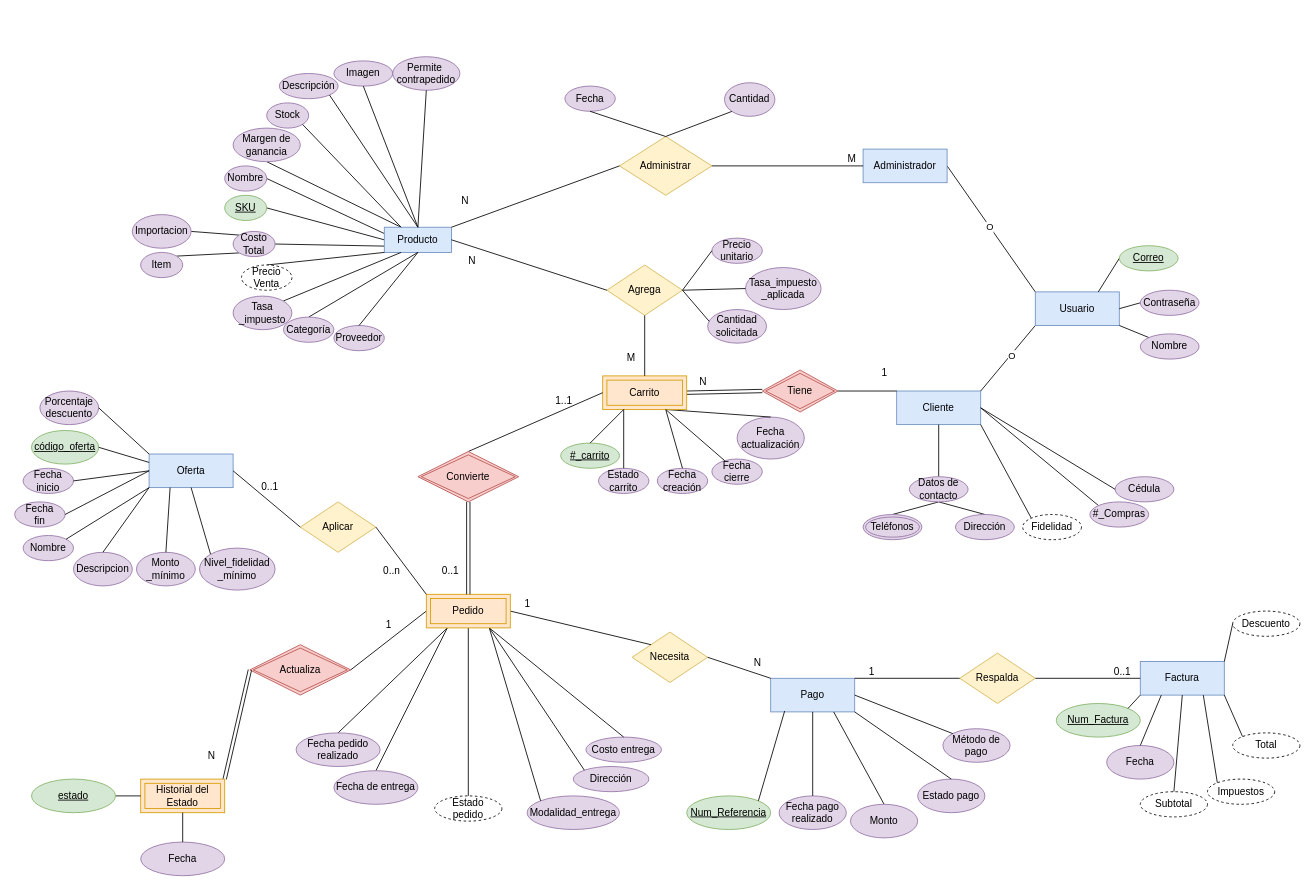
Before: page "EER 21CoPilots" (1 of 2) of documentos/diseño/EER 21 CoPilots.drawio.xml in juanselospi/21CoPilots_PIBasesIngesoft, a draw.io diagram. Source tidied: cells renumbered, new cells numbered last; positions are measured from the earlier drawing's top-left corner, leaving out a move shared by most shapes. Both pictures are drawn from the tidied source at 84%, with x=0, y=0 at pixel (14, 56).
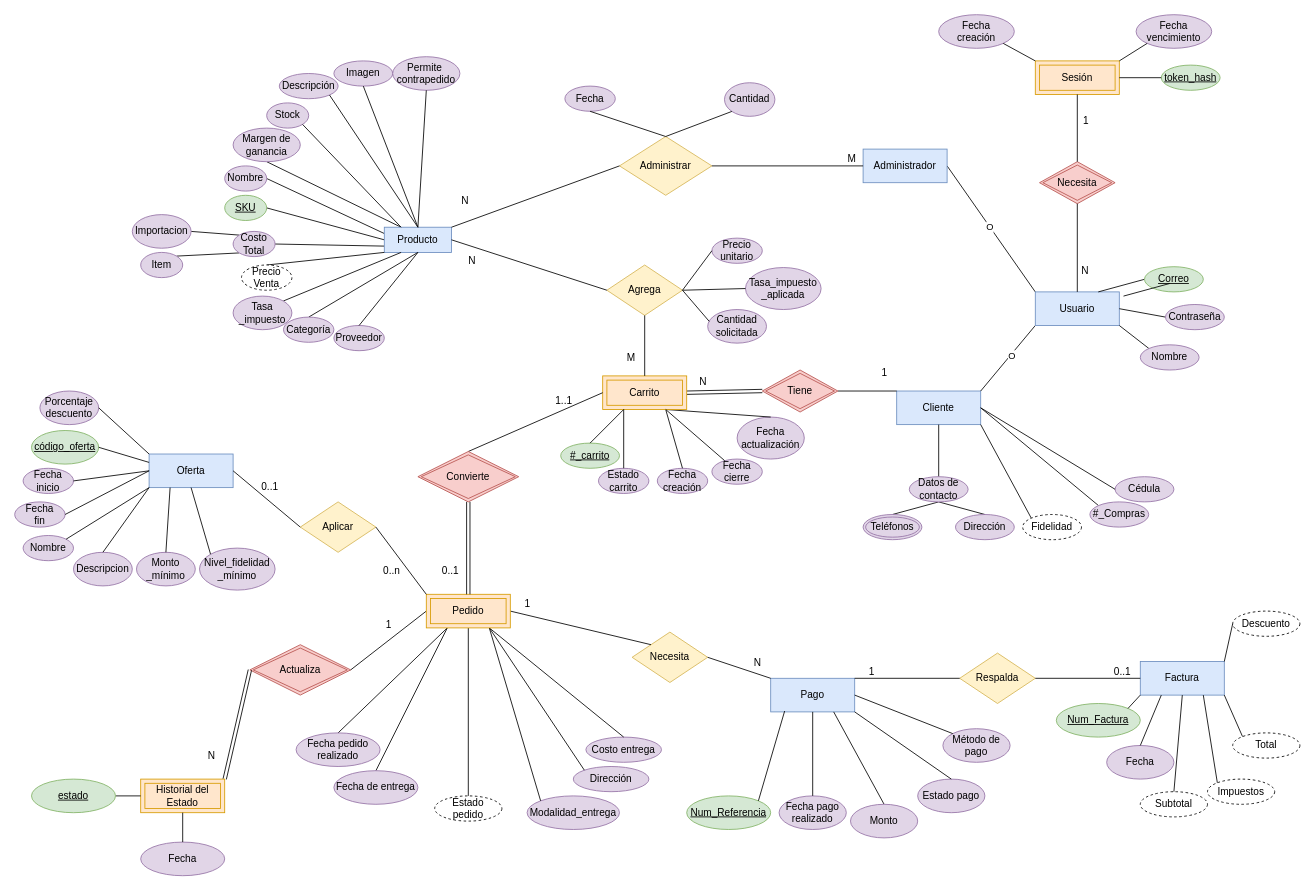
The same diagram, later.

Unchanged cells that the change refers to:
```xml
<mxCell id="39" value="Usuario" style="whiteSpace=wrap;html=1;align=center;fillColor=#dae8fc;strokeColor=#6c8ebf;rounded=0;" parent="1" vertex="1">
  <mxGeometry x="1215" y="280" width="100" height="40" as="geometry" />
</mxCell>
<mxCell id="69" style="endArrow=none;html=1;rounded=0;exitX=1;exitY=0.5;exitDx=0;exitDy=0;entryX=0;entryY=0;entryDx=0;entryDy=0;" parent="1" edge="1" source="109" target="18">
  <mxGeometry relative="1" as="geometry" />
</mxCell>
```

The edit, as a diff of the source:
```diff
@@
     <mxCell id="42" value="&lt;u&gt;Correo&lt;/u&gt;" style="ellipse;whiteSpace=wrap;html=1;align=center;fillColor=#d5e8d4;strokeColor=#82b366;rounded=0;" parent="1" vertex="1">
-      <mxGeometry x="1315" y="225" width="70" height="30" as="geometry" />
+      <mxGeometry x="1345" y="250" width="70" height="30" as="geometry" />
     </mxCell>
@@
     <mxCell id="44" value="Contraseña" style="ellipse;whiteSpace=wrap;html=1;align=center;fillColor=#e1d5e7;strokeColor=#9673a6;rounded=0;" parent="1" vertex="1">
-      <mxGeometry x="1340" y="278" width="70" height="30" as="geometry" />
+      <mxGeometry x="1370" y="295" width="70" height="30" as="geometry" />
     </mxCell>
@@
     <mxCell id="46" value="Nombre" style="ellipse;whiteSpace=wrap;html=1;align=center;fillColor=#e1d5e7;strokeColor=#9673a6;rounded=0;" parent="1" vertex="1">
-      <mxGeometry x="1340" y="330" width="70" height="30" as="geometry" />
+      <mxGeometry x="1340" y="343" width="70" height="30" as="geometry" />
     </mxCell>
@@
+    <mxCell id="178" value="N" style="html=1;whiteSpace=wrap;align=right;verticalAlign=bottom;rounded=0;" parent="69" vertex="1">
+      <mxGeometry x="1" relative="1" as="geometry">
+        <mxPoint x="230" y="-135" as="offset" />
+      </mxGeometry>
+    </mxCell>
+    <mxCell id="179" value="1" style="html=1;whiteSpace=wrap;align=right;verticalAlign=bottom;rounded=0;" parent="69" vertex="1">
+      <mxGeometry x="1" relative="1" as="geometry">
+        <mxPoint x="230" y="-313" as="offset" />
+      </mxGeometry>
+    </mxCell>
@@
+    <mxCell id="180" value="Sesión" style="shape=ext;margin=3;double=1;whiteSpace=wrap;html=1;align=center;fillColor=#ffe6cc;strokeColor=#d79b00;rounded=0;" parent="1" vertex="1">
+      <mxGeometry x="1215" y="5" width="100" height="40" as="geometry" />
+    </mxCell>
+    <mxCell id="181" value="Necesita" style="shape=rhombus;double=1;perimeter=rhombusPerimeter;whiteSpace=wrap;html=1;align=center;fillColor=#f8cecc;strokeColor=#b85450;rounded=0;" parent="1" vertex="1">
+      <mxGeometry x="1220" y="125" width="90" height="50" as="geometry" />
+    </mxCell>
+    <mxCell id="182" value="token_hash" style="ellipse;whiteSpace=wrap;html=1;align=center;fontStyle=20;fillColor=#d5e8d4;strokeColor=#82b366;rounded=0;" parent="1" vertex="1">
+      <mxGeometry x="1365" y="10" width="70" height="30" as="geometry" />
+    </mxCell>
+    <mxCell id="183" style="edgeStyle=none;rounded=0;orthogonalLoop=1;jettySize=auto;html=1;exitX=0;exitY=0.5;exitDx=0;exitDy=0;entryX=0.75;entryY=0;entryDx=0;entryDy=0;endArrow=none;endFill=0;" parent="1" edge="1">
+      <mxGeometry relative="1" as="geometry">
+        <mxPoint x="1375" y="270" as="sourcePoint" />
+        <mxPoint x="1320" y="285" as="targetPoint" />
+      </mxGeometry>
+    </mxCell>
+    <mxCell id="184" style="edgeStyle=none;rounded=0;jettySize=auto;html=1;exitX=0;exitY=0.5;exitDx=0;exitDy=0;entryX=1;entryY=0.5;entryDx=0;entryDy=0;endArrow=none;endFill=0;" parent="1" edge="1" source="182" target="180">
+      <mxGeometry relative="1" as="geometry" />
+    </mxCell>
+    <mxCell id="185" value="&lt;div&gt;Fecha&lt;/div&gt;creación" style="ellipse;whiteSpace=wrap;html=1;align=center;fillColor=#e1d5e7;strokeColor=#9673a6;rounded=0;" parent="1" vertex="1">
+      <mxGeometry x="1100" y="-50" width="90" height="40" as="geometry" />
+    </mxCell>
+    <mxCell id="186" value="&lt;div&gt;Fecha&lt;/div&gt;vencimiento" style="ellipse;whiteSpace=wrap;html=1;align=center;fillColor=#e1d5e7;strokeColor=#9673a6;rounded=0;" parent="1" vertex="1">
+      <mxGeometry x="1335" y="-50" width="90" height="40" as="geometry" />
+    </mxCell>
+    <mxCell id="187" style="edgeStyle=none;rounded=0;jettySize=auto;html=1;exitX=0;exitY=1;exitDx=0;exitDy=0;entryX=1;entryY=0;entryDx=0;entryDy=0;endArrow=none;endFill=0;" parent="1" edge="1" source="186" target="180">
+      <mxGeometry relative="1" as="geometry" />
+    </mxCell>
+    <mxCell id="188" style="edgeStyle=none;rounded=0;jettySize=auto;html=1;exitX=0;exitY=0;exitDx=0;exitDy=0;entryX=1;entryY=1;entryDx=0;entryDy=0;endArrow=none;endFill=0;" parent="1" edge="1" source="180" target="185">
+      <mxGeometry relative="1" as="geometry" />
+    </mxCell>
+    <mxCell id="189" style="edgeStyle=none;rounded=0;jettySize=auto;html=1;exitX=0.5;exitY=1;exitDx=0;exitDy=0;entryX=0.5;entryY=0;entryDx=0;entryDy=0;endArrow=none;endFill=0;" parent="1" edge="1" source="180" target="181">
+      <mxGeometry relative="1" as="geometry" />
+    </mxCell>
+    <mxCell id="190" style="edgeStyle=none;rounded=0;jettySize=auto;html=1;exitX=0.5;exitY=0;exitDx=0;exitDy=0;entryX=0.5;entryY=1;entryDx=0;entryDy=0;endArrow=none;endFill=0;" parent="1" edge="1" source="39" target="181">
+      <mxGeometry relative="1" as="geometry" />
+    </mxCell>
```
